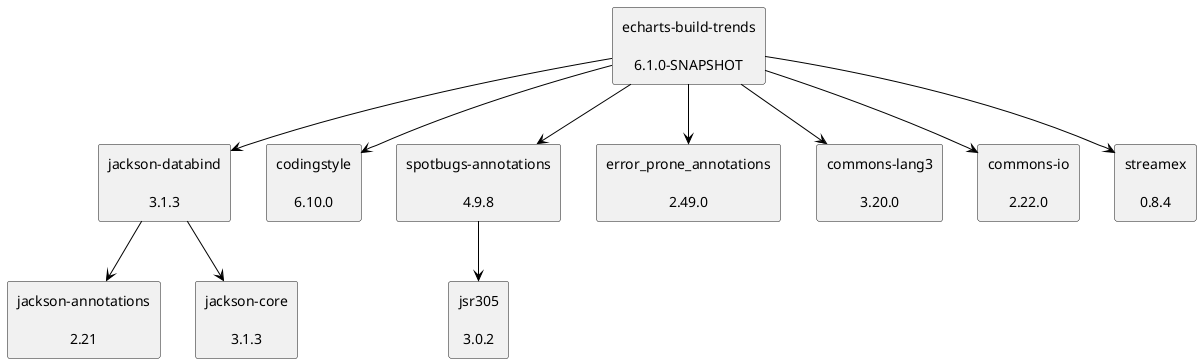
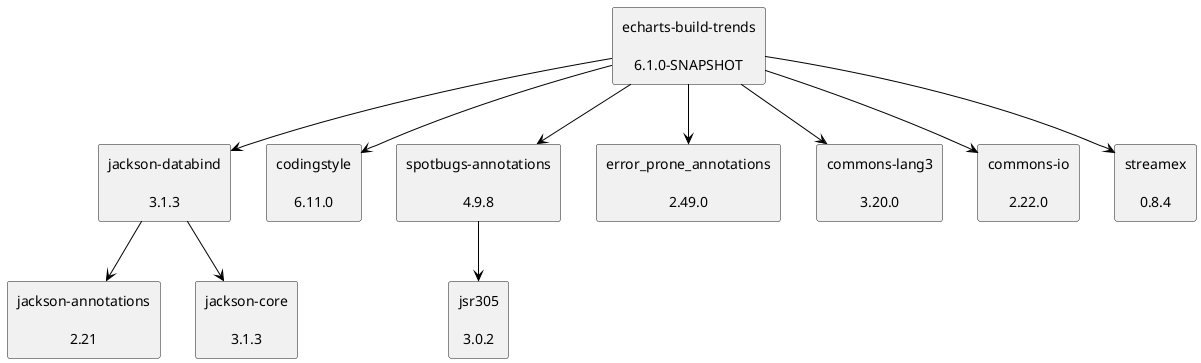
@startuml
skinparam defaultTextAlignment center
skinparam rectangle {
  BackgroundColor<<optional>> beige
  BackgroundColor<<test>> lightGreen
  BackgroundColor<<runtime>> lightBlue
  BackgroundColor<<provided>> lightGray
}
rectangle "jackson-databind\n\n3.1.3" as tools_jackson_core_jackson_databind_jar
rectangle "jackson-annotations\n\n2.21" as com_fasterxml_jackson_core_jackson_annotations_jar
rectangle "jackson-core\n\n3.1.3" as tools_jackson_core_jackson_core_jar
rectangle "echarts-build-trends\n\n6.1.0-SNAPSHOT" as edu_hm_hafner_echarts_build_trends_jar
- rectangle "codingstyle\n\n6.10.0" as edu_hm_hafner_codingstyle_jar
+ rectangle "codingstyle\n\n6.11.0" as edu_hm_hafner_codingstyle_jar
rectangle "spotbugs-annotations\n\n4.9.8" as com_github_spotbugs_spotbugs_annotations_jar
rectangle "jsr305\n\n3.0.2" as com_google_code_findbugs_jsr305_jar
rectangle "error_prone_annotations\n\n2.49.0" as com_google_errorprone_error_prone_annotations_jar
rectangle "commons-lang3\n\n3.20.0" as org_apache_commons_commons_lang3_jar
rectangle "commons-io\n\n2.22.0" as commons_io_commons_io_jar
rectangle "streamex\n\n0.8.4" as one_util_streamex_jar
tools_jackson_core_jackson_databind_jar -[#000000]-> com_fasterxml_jackson_core_jackson_annotations_jar
tools_jackson_core_jackson_databind_jar -[#000000]-> tools_jackson_core_jackson_core_jar
edu_hm_hafner_echarts_build_trends_jar -[#000000]-> tools_jackson_core_jackson_databind_jar
edu_hm_hafner_echarts_build_trends_jar -[#000000]-> edu_hm_hafner_codingstyle_jar
com_github_spotbugs_spotbugs_annotations_jar -[#000000]-> com_google_code_findbugs_jsr305_jar
edu_hm_hafner_echarts_build_trends_jar -[#000000]-> com_github_spotbugs_spotbugs_annotations_jar
edu_hm_hafner_echarts_build_trends_jar -[#000000]-> com_google_errorprone_error_prone_annotations_jar
edu_hm_hafner_echarts_build_trends_jar -[#000000]-> org_apache_commons_commons_lang3_jar
edu_hm_hafner_echarts_build_trends_jar -[#000000]-> commons_io_commons_io_jar
edu_hm_hafner_echarts_build_trends_jar -[#000000]-> one_util_streamex_jar
@enduml